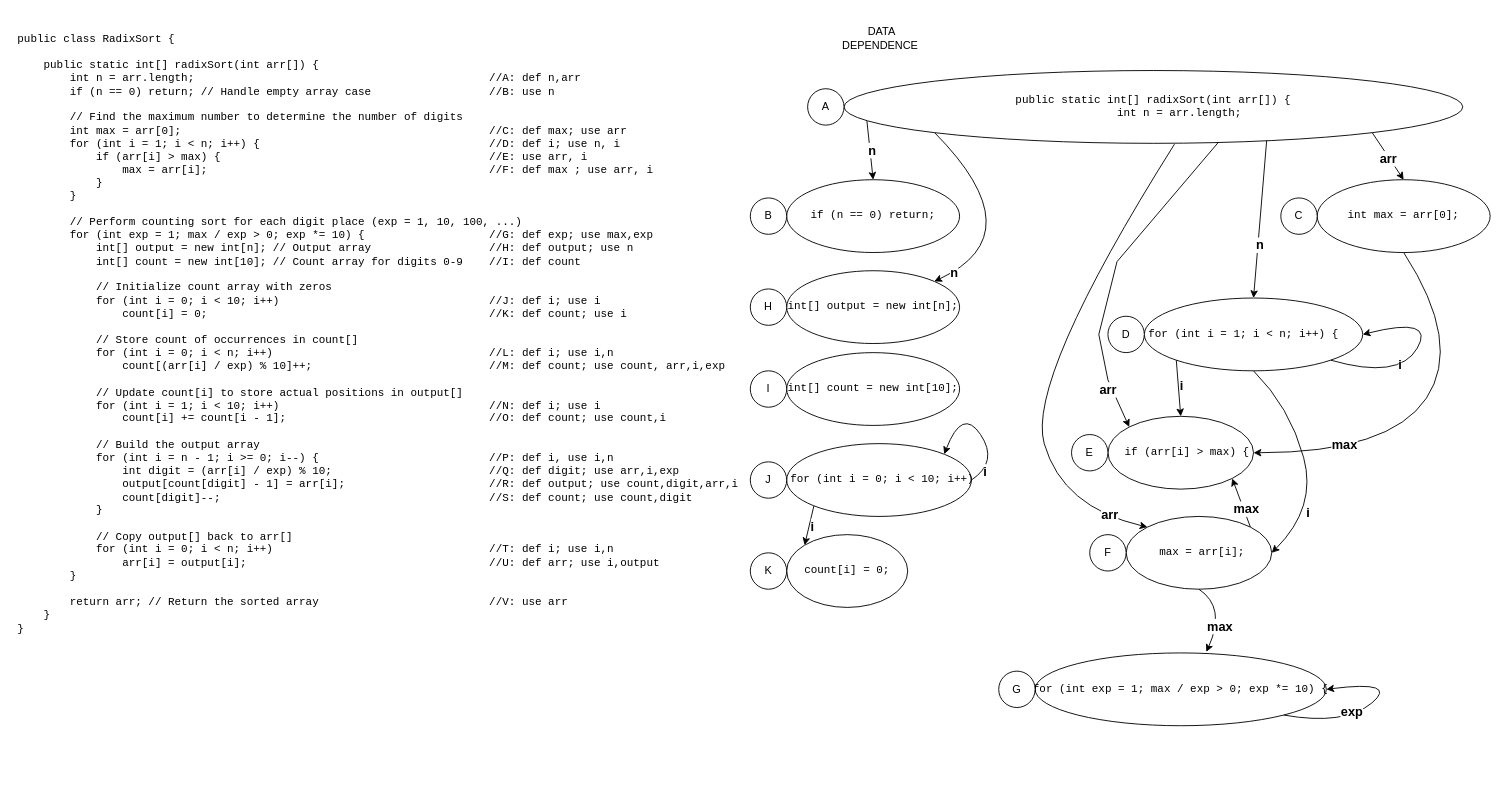
This is W5.A3.drawio from Barbera9/mixed, a draw.io file, before an edit. Source tidied: cells renumbered, new cells numbered last; positions are measured from the earlier drawing's top-left corner, leaving out a move shared by most shapes. Both pictures are drawn from the tidied source at 91%, with x=0, y=0 at pixel (15, 15).
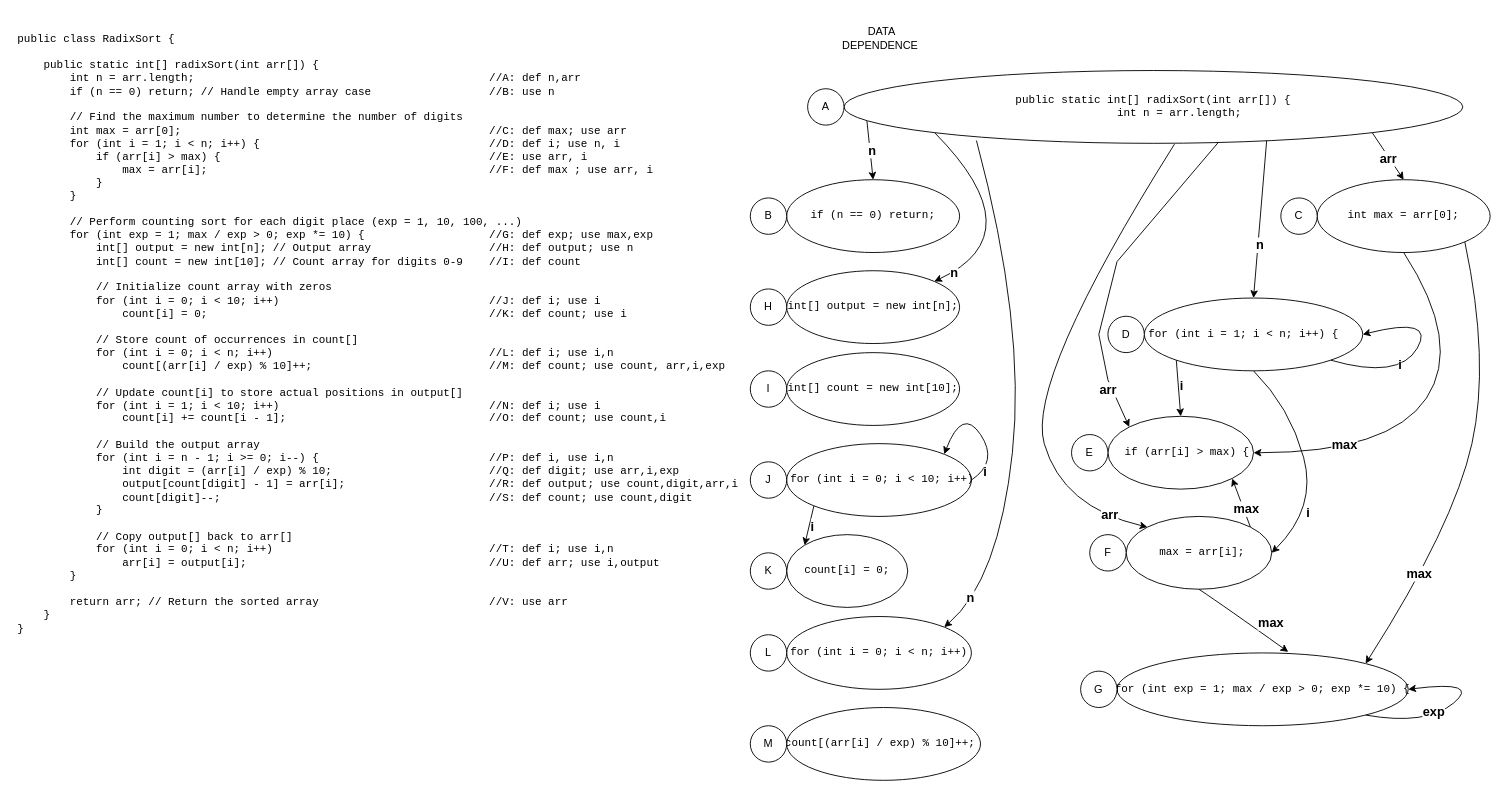
The same page after the edit.

The change refers to these unchanged cells:
```xml
<mxCell id="3" value="&lt;pre id=&quot;yui_3_18_1_1_1743842538325_100&quot;&gt;&lt;code class=&quot;language-java&quot;&gt;public static int[] radixSort(int arr[]) {&lt;br&gt;        int n = arr.length;&lt;/code&gt;&lt;/pre&gt;" style="ellipse;whiteSpace=wrap;html=1;" parent="1" vertex="1">
  <mxGeometry x="910" y="60" width="680" height="80" as="geometry" />
</mxCell>
<mxCell id="10" value="&lt;pre id=&quot;yui_3_18_1_1_1743842538325_100&quot;&gt;&lt;code class=&quot;language-java&quot;&gt;int max = arr[0];&lt;/code&gt;&lt;/pre&gt;" style="ellipse;whiteSpace=wrap;html=1;" parent="1" vertex="1">
  <mxGeometry x="1430" y="180" width="190" height="80" as="geometry" />
</mxCell>
```

What changed in the source:
```diff
@@
     <mxCell id="36" value="&lt;pre id=&quot;yui_3_18_1_1_1743842538325_100&quot;&gt;&lt;code class=&quot;language-java&quot;&gt;for (int exp = 1; max / exp &amp;gt; 0; exp *= 10) {&lt;/code&gt;&lt;/pre&gt;" style="ellipse;whiteSpace=wrap;html=1;" parent="1" vertex="1">
-      <mxGeometry x="1120" y="700" width="320" height="80" as="geometry" />
+      <mxGeometry x="1210" y="700" width="320" height="80" as="geometry" />
     </mxCell>
     <mxCell id="37" value="G" style="ellipse;whiteSpace=wrap;html=1;" parent="1" vertex="1">
-      <mxGeometry x="1080" y="720" width="40" height="40" as="geometry" />
+      <mxGeometry x="1170" y="720" width="40" height="40" as="geometry" />
     </mxCell>
     <mxCell id="38" style="curved=1;endArrow=classic;html=1;rounded=0;exitX=1;exitY=1;exitDx=0;exitDy=0;entryX=1;entryY=0.5;entryDx=0;entryDy=0;" parent="1" edge="1" source="36" target="36">
       <mxGeometry relative="1" as="geometry">
         <Array as="points">
-          <mxPoint x="1460" y="780" />
-          <mxPoint x="1520" y="730" />
+          <mxPoint x="1550" y="780" />
+          <mxPoint x="1610" y="730" />
         </Array>
       </mxGeometry>
     </mxCell>
@@
+    <mxCell id="56" value="&lt;pre id=&quot;yui_3_18_1_1_1743842538325_100&quot;&gt;&lt;code class=&quot;language-java&quot;&gt;for (int i = 0; i &amp;lt; n; i++)&lt;/code&gt;&lt;/pre&gt;" style="ellipse;whiteSpace=wrap;html=1;" parent="1" vertex="1">
+      <mxGeometry x="847" y="660" width="203" height="80" as="geometry" />
+    </mxCell>
+    <mxCell id="57" value="L" style="ellipse;whiteSpace=wrap;html=1;" parent="1" vertex="1">
+      <mxGeometry x="807" y="680" width="40" height="40" as="geometry" />
+    </mxCell>
+    <mxCell id="58" style="curved=1;endArrow=classic;html=1;rounded=0;exitX=1;exitY=1;exitDx=0;exitDy=0;entryX=1;entryY=0;entryDx=0;entryDy=0;" parent="1" edge="1" source="10" target="36">
+      <mxGeometry relative="1" as="geometry">
+        <Array as="points">
+          <mxPoint x="1620" y="380" />
+          <mxPoint x="1580" y="560" />
+        </Array>
+      </mxGeometry>
+    </mxCell>
+    <mxCell id="59" value="&lt;font style=&quot;font-size: 14px;&quot;&gt;&lt;b&gt;max&lt;/b&gt;&lt;/font&gt;" style="edgeLabel;html=1;align=center;verticalAlign=middle;" parent="58" vertex="1">
+      <mxGeometry x="0.54" y="-4" relative="1" as="geometry" />
+    </mxCell>
+    <mxCell id="60" style="curved=1;endArrow=classic;html=1;rounded=0;exitX=0.214;exitY=0.962;exitDx=0;exitDy=0;exitPerimeter=0;entryX=1;entryY=0;entryDx=0;entryDy=0;" parent="1" edge="1" source="3" target="56">
+      <mxGeometry relative="1" as="geometry">
+        <Array as="points">
+          <mxPoint x="1110" y="340" />
+          <mxPoint x="1080" y="620" />
+        </Array>
+      </mxGeometry>
+    </mxCell>
+    <mxCell id="61" value="&lt;font style=&quot;font-size: 14px;&quot;&gt;&lt;b&gt;n&lt;/b&gt;&lt;/font&gt;" style="edgeLabel;html=1;align=center;verticalAlign=middle;" parent="60" vertex="1">
+      <mxGeometry x="0.85" y="-5" relative="1" as="geometry">
+        <mxPoint x="-1" as="offset" />
+      </mxGeometry>
+    </mxCell>
+    <mxCell id="62" value="&lt;pre id=&quot;yui_3_18_1_1_1743842538325_100&quot;&gt;&lt;code class=&quot;language-java&quot;&gt; count[(arr[i] / exp) % 10]++;&lt;span style=&quot;white-space: pre;&quot;&gt;&#9;&lt;/span&gt;&lt;/code&gt;&lt;/pre&gt;" style="ellipse;whiteSpace=wrap;html=1;" parent="1" vertex="1">
+      <mxGeometry x="847" y="760" width="213" height="80" as="geometry" />
+    </mxCell>
+    <mxCell id="63" value="M" style="ellipse;whiteSpace=wrap;html=1;" parent="1" vertex="1">
+      <mxGeometry x="807" y="780" width="40" height="40" as="geometry" />
+    </mxCell>
```
